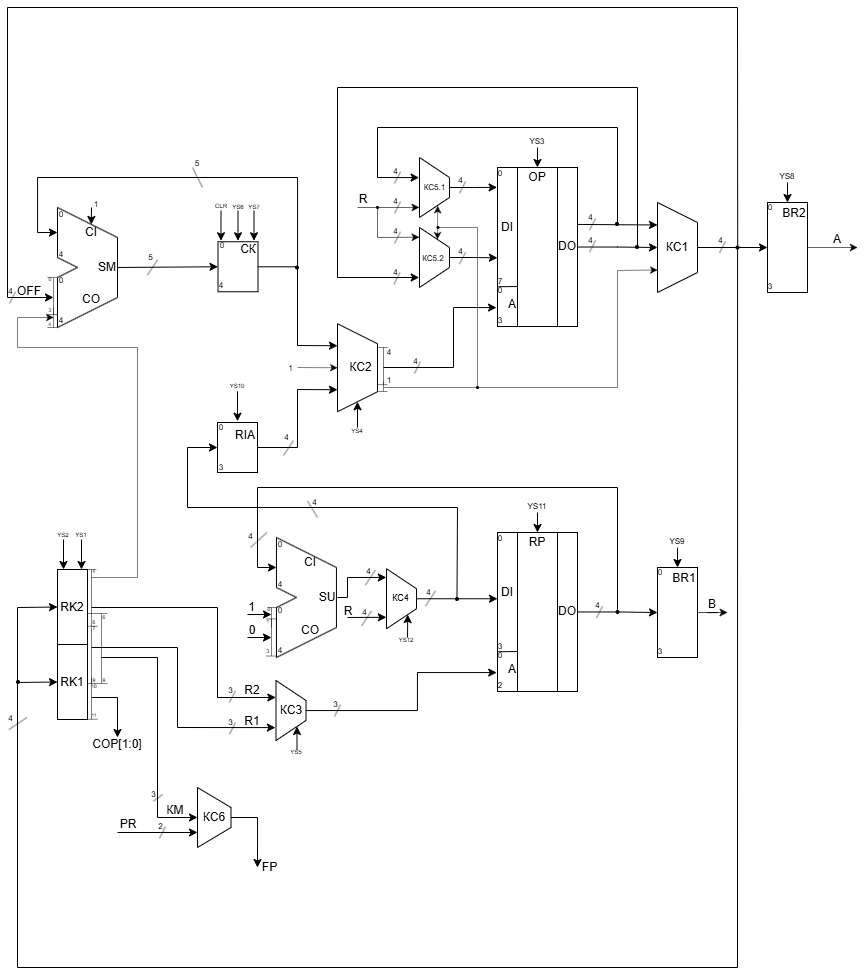
Altzgamer/schemotechnika25-26 keeps this draw.io diagram as kursach/buk/FSBUK.drawio.png. Above is the earlier version. Source tidied: cells renumbered, new cells last; positions are measured from the earlier drawing's top-left corner, leaving out a move shared by most shapes.
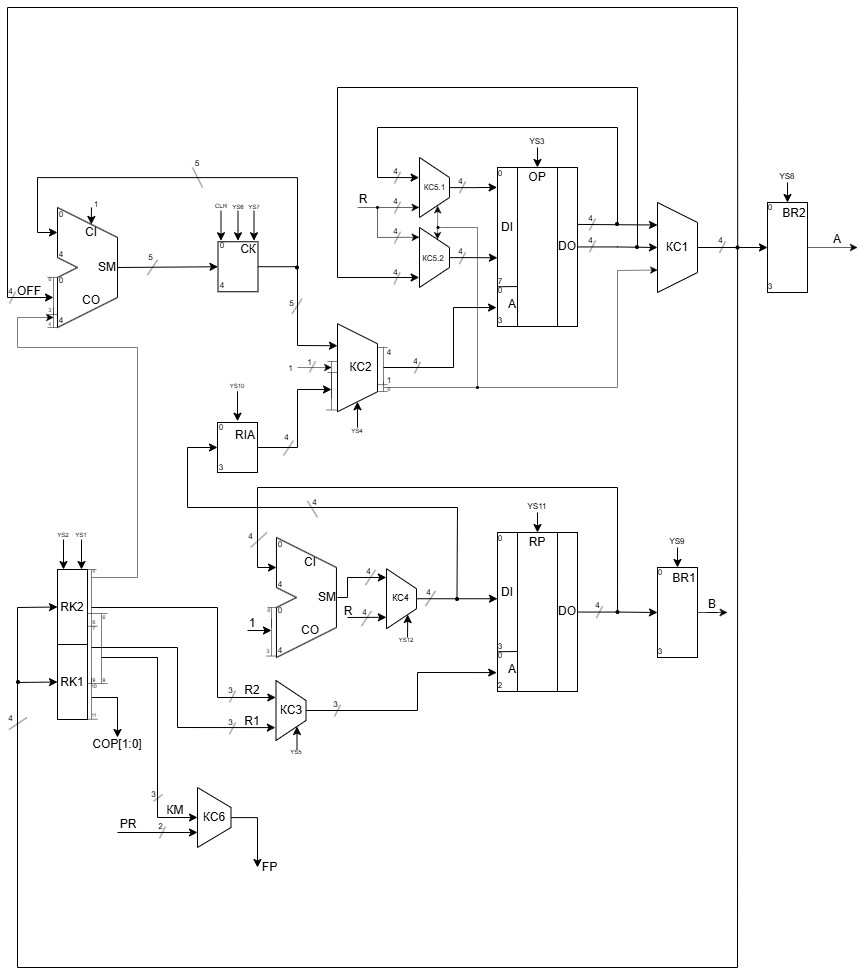
Above is the later version.

What changed in the source:
```diff
@@ -175,9 +175,10 @@
     <mxCell id="39" value="&lt;font style=&quot;font-size: 6px;&quot;&gt;YS4&lt;/font&gt;" style="text;html=1;whiteSpace=wrap;strokeColor=none;fillColor=none;align=center;verticalAlign=middle;rounded=0;" parent="1" vertex="1">
       <mxGeometry x="340" y="414" width="20" height="15" as="geometry" />
     </mxCell>
-    <mxCell id="40" style="endArrow=classic;html=1;rounded=0;entryX=0.5;entryY=1;entryDx=0;entryDy=0;strokeWidth=0.5;" parent="1" edge="1" target="29">
+    <mxCell id="40" style="endArrow=classic;html=1;rounded=0;strokeWidth=0.5;" parent="1" edge="1">
       <mxGeometry relative="1" as="geometry">
         <mxPoint x="290" y="360" as="sourcePoint" />
+        <mxPoint x="324" y="360" as="targetPoint" />
       </mxGeometry>
     </mxCell>
     <mxCell id="41" value="&lt;span style=&quot;font-size: 8px;&quot;&gt;1&lt;/span&gt;" style="text;html=1;whiteSpace=wrap;strokeColor=none;fillColor=none;align=center;verticalAlign=middle;rounded=0;" parent="1" vertex="1">
@@ -189,8 +190,9 @@
     <mxCell id="43" value="RIA" style="text;html=1;whiteSpace=wrap;strokeColor=none;fillColor=none;align=center;verticalAlign=middle;rounded=0;" parent="1" vertex="1">
       <mxGeometry x="228" y="420" width="20" height="15" as="geometry" />
     </mxCell>
-    <mxCell id="44" style="endArrow=classic;html=1;rounded=0;entryX=0.75;entryY=1;entryDx=0;entryDy=0;exitX=0.5;exitY=0;exitDx=0;exitDy=0;" parent="1" edge="1" source="42" target="29">
+    <mxCell id="44" style="endArrow=classic;html=1;rounded=0;exitX=0.5;exitY=0;exitDx=0;exitDy=0;" parent="1" edge="1" source="42">
       <mxGeometry relative="1" as="geometry">
+        <mxPoint x="324" y="382" as="targetPoint" />
         <Array as="points">
           <mxPoint x="290" y="440" />
           <mxPoint x="290" y="382" />
@@ -743,7 +745,7 @@
         <mxPoint x="268.9" y="580" as="targetPoint" />
       </mxGeometry>
     </mxCell>
-    <mxCell id="171" value="SU" style="text;html=1;whiteSpace=wrap;strokeColor=none;fillColor=none;align=center;verticalAlign=middle;rounded=0;" parent="1" vertex="1">
+    <mxCell id="171" value="SM" style="text;html=1;whiteSpace=wrap;strokeColor=none;fillColor=none;align=center;verticalAlign=middle;rounded=0;" parent="1" vertex="1">
       <mxGeometry x="310" y="582.8" width="20" height="15" as="geometry" />
     </mxCell>
     <mxCell id="172" value="CO" style="text;html=1;whiteSpace=wrap;strokeColor=none;fillColor=none;align=center;verticalAlign=middle;rounded=0;" parent="1" vertex="1">
@@ -869,16 +871,10 @@
     </mxCell>
     <mxCell id="199" style="endArrow=classic;html=1;rounded=0;" parent="1" edge="1">
       <mxGeometry relative="1" as="geometry">
-        <mxPoint x="240" y="630" as="sourcePoint" />
-        <mxPoint x="264" y="630" as="targetPoint" />
+        <mxPoint x="240" y="623" as="sourcePoint" />
+        <mxPoint x="264" y="623" as="targetPoint" />
       </mxGeometry>
     </mxCell>
-    <mxCell id="200" style="endArrow=none;html=1;rounded=0;exitX=0.27;exitY=0.01;exitDx=0;exitDy=0;exitPerimeter=0;strokeWidth=0.5;" parent="1" edge="1">
-      <mxGeometry relative="1" as="geometry">
-        <mxPoint x="259" y="611.4" as="sourcePoint" />
-        <mxPoint x="269" y="611.4" as="targetPoint" />
-      </mxGeometry>
-    </mxCell>
     <mxCell id="201" style="endArrow=none;html=1;rounded=0;exitX=0.267;exitY=-0.003;exitDx=0;exitDy=0;exitPerimeter=0;strokeWidth=0.5;" parent="1" edge="1">
       <mxGeometry relative="1" as="geometry">
         <mxPoint x="259" y="648.5" as="sourcePoint" />
@@ -891,14 +887,11 @@
         <mxPoint x="264" y="611.4" as="targetPoint" />
       </mxGeometry>
     </mxCell>
-    <mxCell id="203" value="&lt;font style=&quot;font-size: 5px;&quot;&gt;1&lt;/font&gt;" style="text;html=1;whiteSpace=wrap;strokeColor=none;fillColor=none;align=center;verticalAlign=middle;rounded=0;" parent="1" vertex="1">
-      <mxGeometry x="258" y="607" width="6" height="9" as="geometry" />
-    </mxCell>
     <mxCell id="204" value="&lt;font style=&quot;font-size: 5px;&quot;&gt;3&lt;/font&gt;" style="text;html=1;whiteSpace=wrap;strokeColor=none;fillColor=none;align=center;verticalAlign=middle;rounded=0;" parent="1" vertex="1">
       <mxGeometry x="258" y="637.5" width="6" height="9" as="geometry" />
     </mxCell>
-    <mxCell id="205" value="0" style="text;html=1;whiteSpace=wrap;strokeColor=none;fillColor=none;align=center;verticalAlign=middle;rounded=0;" parent="1" vertex="1">
-      <mxGeometry x="236.5" y="617" width="16" height="12" as="geometry" />
+    <mxCell id="205" value="1" style="text;html=1;whiteSpace=wrap;strokeColor=none;fillColor=none;align=center;verticalAlign=middle;rounded=0;" parent="1" vertex="1">
+      <mxGeometry x="236.5" y="610" width="16" height="12" as="geometry" />
     </mxCell>
     <mxCell id="206" style="endArrow=none;html=1;rounded=0;exitX=0.267;exitY=-0.003;exitDx=0;exitDy=0;exitPerimeter=0;strokeWidth=0.5;" parent="1" edge="1">
       <mxGeometry relative="1" as="geometry">
@@ -913,17 +906,8 @@
       </mxGeometry>
     </mxCell>
     <mxCell id="208" value="&lt;font style=&quot;font-size: 5px;&quot;&gt;0&lt;/font&gt;" style="text;html=1;whiteSpace=wrap;strokeColor=none;fillColor=none;align=center;verticalAlign=middle;rounded=0;" parent="1" vertex="1">
-      <mxGeometry x="258.5" y="595" width="6" height="9" as="geometry" />
+      <mxGeometry x="258.5" y="596" width="6" height="9" as="geometry" />
     </mxCell>
-    <mxCell id="209" style="endArrow=classic;html=1;rounded=0;" parent="1" edge="1">
-      <mxGeometry relative="1" as="geometry">
-        <mxPoint x="240" y="607" as="sourcePoint" />
-        <mxPoint x="264" y="607" as="targetPoint" />
-      </mxGeometry>
-    </mxCell>
-    <mxCell id="210" value="1" style="text;html=1;whiteSpace=wrap;strokeColor=none;fillColor=none;align=center;verticalAlign=middle;rounded=0;" parent="1" vertex="1">
-      <mxGeometry x="241" y="595" width="7" height="10" as="geometry" />
-    </mxCell>
     <mxCell id="211" value="RK2" style="rounded=0;whiteSpace=wrap;html=1;direction=south;" parent="1" vertex="1">
       <mxGeometry x="50" y="562" width="30" height="75" as="geometry" />
     </mxCell>
@@ -1191,5 +1175,56 @@
     <mxCell id="265" value="&lt;span style=&quot;font-size: 8px;&quot;&gt;4&lt;/span&gt;" style="text;html=1;whiteSpace=wrap;strokeColor=none;fillColor=none;align=center;verticalAlign=middle;rounded=0;" parent="1" vertex="1">
       <mxGeometry y="706" width="7" height="7" as="geometry" />
     </mxCell>
+    <mxCell id="266" style="endArrow=none;html=1;rounded=0;strokeWidth=0.5;" parent="1" edge="1">
+      <mxGeometry relative="1" as="geometry">
+        <mxPoint x="284.5" y="306.2" as="sourcePoint" />
+        <mxPoint x="294.5" y="291.2" as="targetPoint" />
+      </mxGeometry>
+    </mxCell>
+    <mxCell id="267" value="&lt;span style=&quot;font-size: 8px;&quot;&gt;5&lt;/span&gt;" style="text;html=1;whiteSpace=wrap;strokeColor=none;fillColor=none;align=center;verticalAlign=middle;rounded=0;" parent="1" vertex="1">
+      <mxGeometry x="281" y="291" width="7" height="7" as="geometry" />
+    </mxCell>
+    <mxCell id="268" value="&lt;font style=&quot;font-size: 5px;&quot;&gt;0&lt;/font&gt;" style="text;html=1;whiteSpace=wrap;strokeColor=none;fillColor=none;align=center;verticalAlign=middle;rounded=0;" parent="1" vertex="1">
+      <mxGeometry x="379" y="375.8" width="6" height="9" as="geometry" />
+    </mxCell>
+    <mxCell id="269" style="endArrow=none;html=1;rounded=0;exitX=0.267;exitY=-0.003;exitDx=0;exitDy=0;exitPerimeter=0;strokeWidth=0.5;" parent="1" edge="1">
+      <mxGeometry relative="1" as="geometry">
+        <mxPoint x="319" y="402.5" as="sourcePoint" />
+        <mxPoint x="329" y="402.5" as="targetPoint" />
+      </mxGeometry>
+    </mxCell>
+    <mxCell id="270" style="endArrow=none;html=1;rounded=0;strokeWidth=0.5;" parent="1" edge="1">
+      <mxGeometry relative="1" as="geometry">
+        <mxPoint x="324" y="402.4" as="sourcePoint" />
+        <mxPoint x="324" y="365.4" as="targetPoint" />
+      </mxGeometry>
+    </mxCell>
+    <mxCell id="271" style="endArrow=none;html=1;rounded=0;exitX=0.267;exitY=-0.003;exitDx=0;exitDy=0;exitPerimeter=0;strokeWidth=0.5;" parent="1" edge="1">
+      <mxGeometry relative="1" as="geometry">
+        <mxPoint x="319.9" y="354" as="sourcePoint" />
+        <mxPoint x="329.9" y="354" as="targetPoint" />
+      </mxGeometry>
+    </mxCell>
+    <mxCell id="272" style="endArrow=none;html=1;rounded=0;exitX=0.267;exitY=-0.003;exitDx=0;exitDy=0;exitPerimeter=0;strokeWidth=0.5;" parent="1" edge="1">
+      <mxGeometry relative="1" as="geometry">
+        <mxPoint x="320" y="365" as="sourcePoint" />
+        <mxPoint x="330" y="365" as="targetPoint" />
+      </mxGeometry>
+    </mxCell>
+    <mxCell id="273" style="endArrow=none;html=1;rounded=0;strokeWidth=0.5;" parent="1" edge="1">
+      <mxGeometry relative="1" as="geometry">
+        <mxPoint x="324" y="391" as="sourcePoint" />
+        <mxPoint x="324" y="354" as="targetPoint" />
+      </mxGeometry>
+    </mxCell>
+    <mxCell id="274" style="endArrow=none;html=1;rounded=0;strokeWidth=0.5;" parent="1" edge="1">
+      <mxGeometry relative="1" as="geometry">
+        <mxPoint x="302" y="365" as="sourcePoint" />
+        <mxPoint x="308" y="353.8" as="targetPoint" />
+      </mxGeometry>
+    </mxCell>
+    <mxCell id="275" value="&lt;span style=&quot;font-size: 8px;&quot;&gt;1&lt;/span&gt;" style="text;html=1;whiteSpace=wrap;strokeColor=none;fillColor=none;align=center;verticalAlign=middle;rounded=0;" parent="1" vertex="1">
+      <mxGeometry x="298.5" y="350.8" width="7" height="7" as="geometry" />
+    </mxCell>
   </root>
 </mxGraphModel>
```
